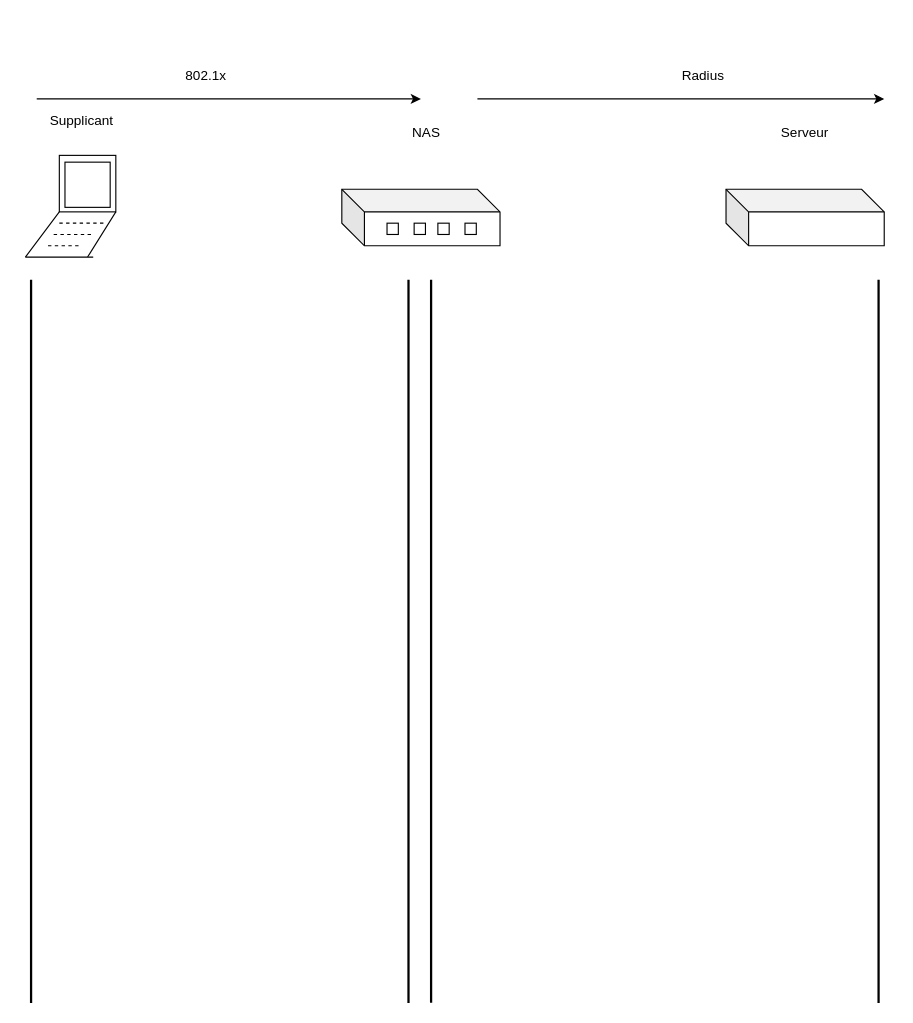
Earlier version of the draw.io diagram EAP.drawio (Gomonriou/Radius). Source tidied: cells renumbered, new cells numbered last; positions are measured from the earlier drawing's top-left corner, leaving out a move shared by most shapes. Both pictures are drawn from the tidied source at 113%, with x=0, y=0 at pixel (25, 64).
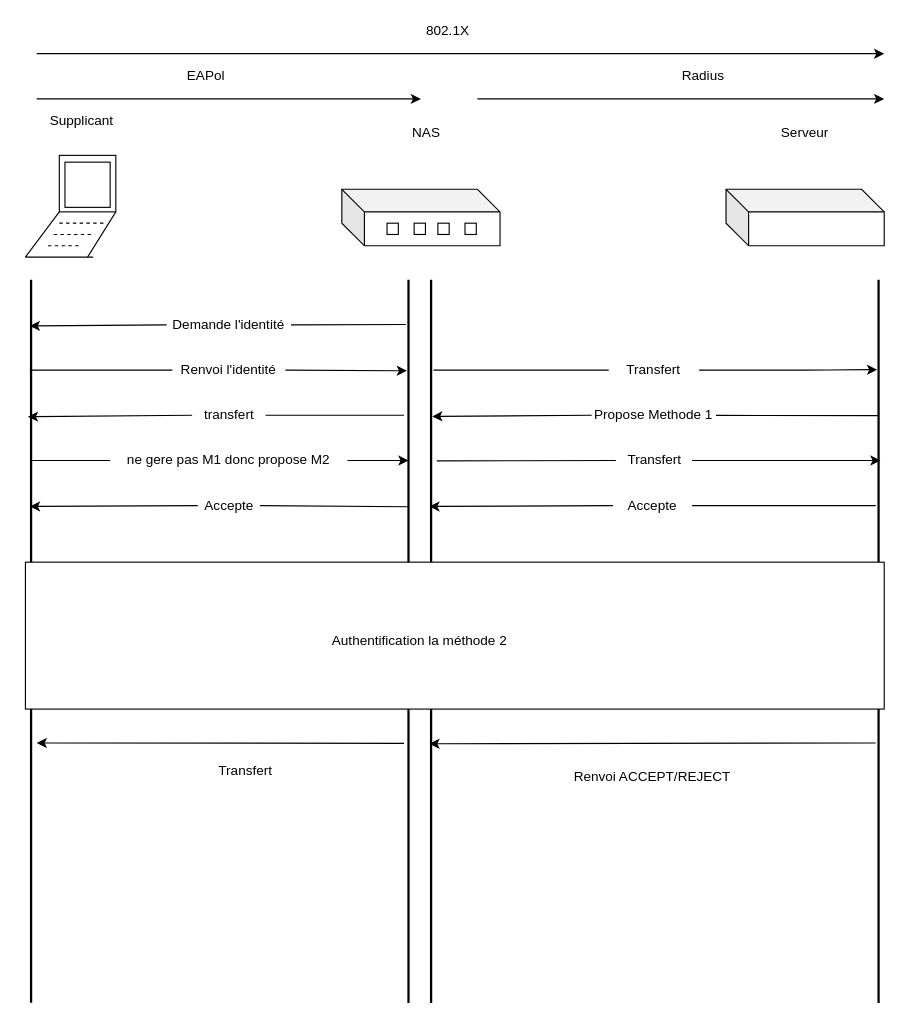
The same page after the edit.

The change refers to these unchanged cells:
```xml
<mxCell id="16" style="line;strokeWidth=2;direction=south;html=1;" parent="1" vertex="1">
  <mxGeometry x="334" y="190" width="10" height="640" as="geometry" />
</mxCell>
<mxCell id="17" style="line;strokeWidth=2;direction=south;html=1;" parent="1" vertex="1">
  <mxGeometry x="354" y="190" width="10" height="640" as="geometry" />
</mxCell>
<mxCell id="18" style="line;strokeWidth=2;direction=south;html=1;" parent="1" vertex="1">
  <mxGeometry x="750" y="190" width="10" height="640" as="geometry" />
</mxCell>
<mxCell id="19" style="line;strokeWidth=2;direction=south;html=1;" parent="1" vertex="1">
  <mxGeometry y="190" width="10" height="640" as="geometry" />
</mxCell>
```

The edit, as a diff of the source:
```diff
@@
-    <mxCell id="25" value="802.1x" style="text;html=1;strokeColor=none;fillColor=none;align=center;verticalAlign=middle;whiteSpace=wrap;rounded=0;" parent="1" vertex="1">
+    <mxCell id="25" value="EAPol" style="text;html=1;strokeColor=none;fillColor=none;align=center;verticalAlign=middle;whiteSpace=wrap;rounded=0;" parent="1" vertex="1">
       <mxGeometry x="140" width="40" height="20" as="geometry" />
     </mxCell>
@@
+    <mxCell id="27" style="endArrow=classic;html=1;exitX=0;exitY=0.5;exitDx=0;exitDy=0;entryX=0.064;entryY=0.614;entryDx=0;entryDy=0;entryPerimeter=0;startArrow=none;" parent="1" edge="1" source="52" target="19">
+      <mxGeometry relative="1" as="geometry" />
+    </mxCell>
+    <mxCell id="28" style="endArrow=classic;html=1;exitX=1;exitY=0.5;exitDx=0;exitDy=0;entryX=0.126;entryY=0.643;entryDx=0;entryDy=0;entryPerimeter=0;startArrow=none;" parent="1" edge="1" source="60" target="16">
+      <mxGeometry relative="1" as="geometry" />
+    </mxCell>
+    <mxCell id="29" style="endArrow=classic;html=1;exitX=1;exitY=0.5;exitDx=0;exitDy=0;entryX=0.126;entryY=0.643;entryDx=0;entryDy=0;entryPerimeter=0;startArrow=none;" parent="1" edge="1" source="50">
+      <mxGeometry relative="1" as="geometry">
+        <mxPoint x="753.7" y="269.6" as="targetPoint" />
+        <Array as="points">
+          <mxPoint x="700" y="270" />
+        </Array>
+      </mxGeometry>
+    </mxCell>
+    <mxCell id="30" style="rounded=0;whiteSpace=wrap;html=1;" parent="1" vertex="1">
+      <mxGeometry y="440" width="760" height="130" as="geometry" />
+    </mxCell>
+    <mxCell id="31" value="Authentification la méthode 2" style="text;html=1;strokeColor=none;fillColor=none;align=center;verticalAlign=middle;whiteSpace=wrap;rounded=0;" parent="1" vertex="1">
+      <mxGeometry x="154" y="500" width="390" height="20" as="geometry" />
+    </mxCell>
+    <mxCell id="32" style="endArrow=classic;html=1;exitX=0;exitY=0.5;exitDx=0;exitDy=0;startArrow=none;" parent="1" edge="1" source="48">
+      <mxGeometry relative="1" as="geometry">
+        <mxPoint x="360" y="311" as="targetPoint" />
+      </mxGeometry>
+    </mxCell>
+    <mxCell id="33" style="endArrow=classic;html=1;exitX=0;exitY=0.5;exitDx=0;exitDy=0;entryX=0.064;entryY=0.614;entryDx=0;entryDy=0;entryPerimeter=0;startArrow=none;" parent="1" edge="1" source="54">
+      <mxGeometry relative="1" as="geometry">
+        <mxPoint x="2.2" y="311.3" as="targetPoint" />
+      </mxGeometry>
+    </mxCell>
+    <mxCell id="34" style="endArrow=classic;html=1;exitX=1;exitY=0.5;exitDx=0;exitDy=0;entryX=0.25;entryY=0.5;entryDx=0;entryDy=0;entryPerimeter=0;startArrow=none;" parent="1" edge="1" source="56" target="16">
+      <mxGeometry relative="1" as="geometry" />
+    </mxCell>
+    <mxCell id="35" style="endArrow=classic;html=1;entryX=0.126;entryY=0.643;entryDx=0;entryDy=0;entryPerimeter=0;startArrow=none;exitX=1;exitY=0.5;exitDx=0;exitDy=0;" parent="1" edge="1" source="46">
+      <mxGeometry relative="1" as="geometry">
+        <mxPoint x="756.7" y="350" as="targetPoint" />
+      </mxGeometry>
+    </mxCell>
+    <mxCell id="36" style="endArrow=classic;html=1;exitX=0;exitY=0.5;exitDx=0;exitDy=0;startArrow=none;" parent="1" edge="1" source="44">
+      <mxGeometry relative="1" as="geometry">
+        <mxPoint x="357.5" y="390.7" as="targetPoint" />
+      </mxGeometry>
+    </mxCell>
+    <mxCell id="37" style="endArrow=classic;html=1;startArrow=none;exitX=0;exitY=0.5;exitDx=0;exitDy=0;" parent="1" edge="1" source="58">
+      <mxGeometry relative="1" as="geometry">
+        <mxPoint x="4" y="390.7" as="targetPoint" />
+      </mxGeometry>
+    </mxCell>
+    <mxCell id="38" style="endArrow=classic;html=1;exitX=0.188;exitY=0.5;exitDx=0;exitDy=0;exitPerimeter=0;" parent="1" edge="1">
+      <mxGeometry relative="1" as="geometry">
+        <mxPoint x="752.5" y="600" as="sourcePoint" />
+        <mxPoint x="357.5" y="600.7" as="targetPoint" />
+      </mxGeometry>
+    </mxCell>
+    <mxCell id="39" style="endArrow=classic;html=1;" parent="1" edge="1">
+      <mxGeometry relative="1" as="geometry">
+        <mxPoint x="335" y="600.3" as="sourcePoint" />
+        <mxPoint x="10" y="600" as="targetPoint" />
+      </mxGeometry>
+    </mxCell>
+    <mxCell id="40" value="Renvoi ACCEPT/REJECT" style="text;html=1;strokeColor=none;fillColor=none;align=center;verticalAlign=middle;whiteSpace=wrap;rounded=0;" parent="1" vertex="1">
+      <mxGeometry x="480" y="620" width="150" height="20" as="geometry" />
+    </mxCell>
+    <mxCell id="41" value="Transfert" style="text;html=1;strokeColor=none;fillColor=none;align=center;verticalAlign=middle;whiteSpace=wrap;rounded=0;" parent="1" vertex="1">
+      <mxGeometry x="120" y="615" width="150" height="20" as="geometry" />
+    </mxCell>
+    <mxCell id="42" style="endArrow=classic;html=1;" parent="1" edge="1">
+      <mxGeometry relative="1" as="geometry">
+        <mxPoint x="10" y="-10" as="sourcePoint" />
+        <mxPoint x="760" y="-10" as="targetPoint" />
+      </mxGeometry>
+    </mxCell>
+    <mxCell id="43" value="802.1X" style="text;html=1;strokeColor=none;fillColor=none;align=center;verticalAlign=middle;whiteSpace=wrap;rounded=0;" parent="1" vertex="1">
+      <mxGeometry x="354" y="-40" width="40" height="20" as="geometry" />
+    </mxCell>
+    <mxCell id="44" value="Accepte" style="text;html=1;strokeColor=none;fillColor=none;align=center;verticalAlign=middle;whiteSpace=wrap;rounded=0;" parent="1" vertex="1">
+      <mxGeometry x="520" y="380" width="70" height="20" as="geometry" />
+    </mxCell>
+    <mxCell id="45" style="endArrow=none;html=1;exitX=0.188;exitY=0.5;exitDx=0;exitDy=0;exitPerimeter=0;" parent="1" edge="1" target="44">
+      <mxGeometry relative="1" as="geometry">
+        <mxPoint x="752.5" y="390" as="sourcePoint" />
+      </mxGeometry>
+    </mxCell>
+    <mxCell id="46" value="Transfert" style="text;html=1;strokeColor=none;fillColor=none;align=center;verticalAlign=middle;whiteSpace=wrap;rounded=0;" parent="1" vertex="1">
+      <mxGeometry x="522.5" y="340" width="67.5" height="20" as="geometry" />
+    </mxCell>
+    <mxCell id="47" style="endArrow=none;html=1;exitX=0.125;exitY=0.3;exitDx=0;exitDy=0;exitPerimeter=0;" parent="1" edge="1" target="46">
+      <mxGeometry relative="1" as="geometry">
+        <mxPoint x="364" y="350.4" as="sourcePoint" />
+      </mxGeometry>
+    </mxCell>
+    <mxCell id="48" value="Propose Methode 1" style="text;html=1;strokeColor=none;fillColor=none;align=center;verticalAlign=middle;whiteSpace=wrap;rounded=0;" parent="1" vertex="1">
+      <mxGeometry x="501.2" y="300" width="110" height="20" as="geometry" />
+    </mxCell>
+    <mxCell id="49" style="endArrow=none;html=1;exitX=0.188;exitY=0.5;exitDx=0;exitDy=0;exitPerimeter=0;" parent="1" edge="1" source="18" target="48">
+      <mxGeometry relative="1" as="geometry" />
+    </mxCell>
+    <mxCell id="50" value="Transfert" style="text;html=1;strokeColor=none;fillColor=none;align=center;verticalAlign=middle;whiteSpace=wrap;rounded=0;" parent="1" vertex="1">
+      <mxGeometry x="516.2" y="260" width="80" height="20" as="geometry" />
+    </mxCell>
+    <mxCell id="51" style="endArrow=none;html=1;exitX=0.125;exitY=0.3;exitDx=0;exitDy=0;exitPerimeter=0;entryX=0;entryY=0.5;entryDx=0;entryDy=0;" parent="1" edge="1" source="17" target="50">
+      <mxGeometry relative="1" as="geometry" />
+    </mxCell>
+    <mxCell id="52" value="Demande l'identité" style="text;html=1;strokeColor=none;fillColor=none;align=center;verticalAlign=middle;whiteSpace=wrap;rounded=0;" parent="1" vertex="1">
+      <mxGeometry x="125" y="220" width="110" height="20" as="geometry" />
+    </mxCell>
+    <mxCell id="53" style="endArrow=none;html=1;exitX=0.062;exitY=0.735;exitDx=0;exitDy=0;exitPerimeter=0;entryX=1;entryY=0.5;entryDx=0;entryDy=0;" parent="1" edge="1" source="16" target="52">
+      <mxGeometry relative="1" as="geometry" />
+    </mxCell>
+    <mxCell id="54" value="transfert" style="text;html=1;strokeColor=none;fillColor=none;align=center;verticalAlign=middle;whiteSpace=wrap;rounded=0;" parent="1" vertex="1">
+      <mxGeometry x="147.5" y="300" width="65" height="20" as="geometry" />
+    </mxCell>
+    <mxCell id="55" style="endArrow=none;html=1;exitX=0.062;exitY=0.735;exitDx=0;exitDy=0;exitPerimeter=0;entryX=1;entryY=0.5;entryDx=0;entryDy=0;" parent="1" edge="1" target="54">
+      <mxGeometry relative="1" as="geometry">
+        <mxPoint x="335" y="310" as="sourcePoint" />
+      </mxGeometry>
+    </mxCell>
+    <mxCell id="56" value="ne gere pas M1 donc propose M2" style="text;html=1;strokeColor=none;fillColor=none;align=center;verticalAlign=middle;whiteSpace=wrap;rounded=0;" parent="1" vertex="1">
+      <mxGeometry x="75" y="340" width="210" height="20" as="geometry" />
+    </mxCell>
+    <mxCell id="57" style="endArrow=none;html=1;exitX=0.25;exitY=0.5;exitDx=0;exitDy=0;exitPerimeter=0;entryX=0;entryY=0.5;entryDx=0;entryDy=0;" parent="1" edge="1" source="19" target="56">
+      <mxGeometry relative="1" as="geometry" />
+    </mxCell>
+    <mxCell id="58" value="Accepte" style="text;html=1;strokeColor=none;fillColor=none;align=center;verticalAlign=middle;whiteSpace=wrap;rounded=0;" parent="1" vertex="1">
+      <mxGeometry x="152.5" y="380" width="55" height="20" as="geometry" />
+    </mxCell>
+    <mxCell id="59" style="endArrow=none;html=1;entryX=1;entryY=0.5;entryDx=0;entryDy=0;" parent="1" edge="1" target="58">
+      <mxGeometry relative="1" as="geometry">
+        <mxPoint x="339" y="391" as="sourcePoint" />
+      </mxGeometry>
+    </mxCell>
+    <mxCell id="60" value="Renvoi l'identité" style="text;html=1;strokeColor=none;fillColor=none;align=center;verticalAlign=middle;whiteSpace=wrap;rounded=0;" parent="1" vertex="1">
+      <mxGeometry x="130" y="260" width="100" height="20" as="geometry" />
+    </mxCell>
+    <mxCell id="61" style="endArrow=none;html=1;exitX=0.125;exitY=0.614;exitDx=0;exitDy=0;exitPerimeter=0;entryX=0;entryY=0.5;entryDx=0;entryDy=0;" parent="1" edge="1" source="19" target="60">
+      <mxGeometry relative="1" as="geometry" />
+    </mxCell>
```
